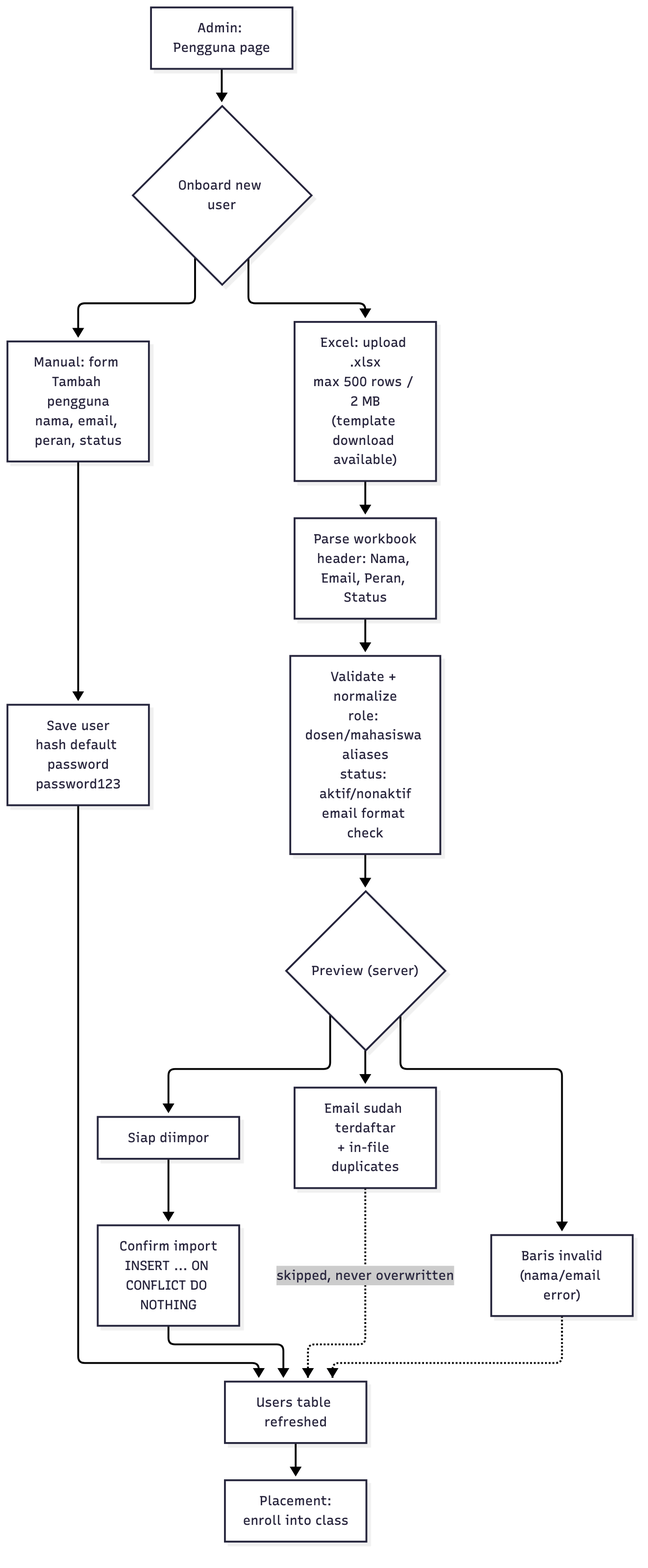
Before: docs/flows/05-user-onboarding.png, a diagram exported from Mermaid (hansputera/umbima-smt1-tugas-generativeai). Its source is kept beside it as docs/flows/05-user-onboarding.mmd. The source it was exported from:
```mermaid
flowchart TD
  S["Admin: Pengguna page"] --> CHOICE{"Onboard new user"}
  CHOICE --> MANUAL["Manual: form Tambah pengguna<br/>nama, email, peran, status"]
  CHOICE --> EXCEL["Excel: upload .xlsx<br/>max 500 rows / 2 MB<br/>(template download available)"]
  EXCEL --> PARSE["Parse workbook<br/>header: Nama, Email, Peran, Status"]
  PARSE --> VALID["Validate + normalize<br/>role: dosen/mahasiswa aliases<br/>status: aktif/nonaktif<br/>email format check"]
  VALID --> PREVIEW{"Preview (server)"}
  PREVIEW --> READY["Siap diimpor"]
  PREVIEW --> SKIP1["Email sudah terdaftar<br/>+ in-file duplicates"]
  PREVIEW --> SKIP2["Baris invalid<br/>(nama/email error)"]
  READY --> CONFIRM["Confirm import<br/>INSERT ... ON CONFLICT DO NOTHING"]
  MANUAL --> SAVE["Save user<br/>hash default password<br/>password123"]
  SKIP1 -.->|"skipped, never overwritten"| DONE
  SKIP2 -.-> DONE
  CONFIRM --> DONE["Users table refreshed"]
  SAVE --> DONE
  DONE --> PLACE["Placement:<br/>enroll into class"]
```
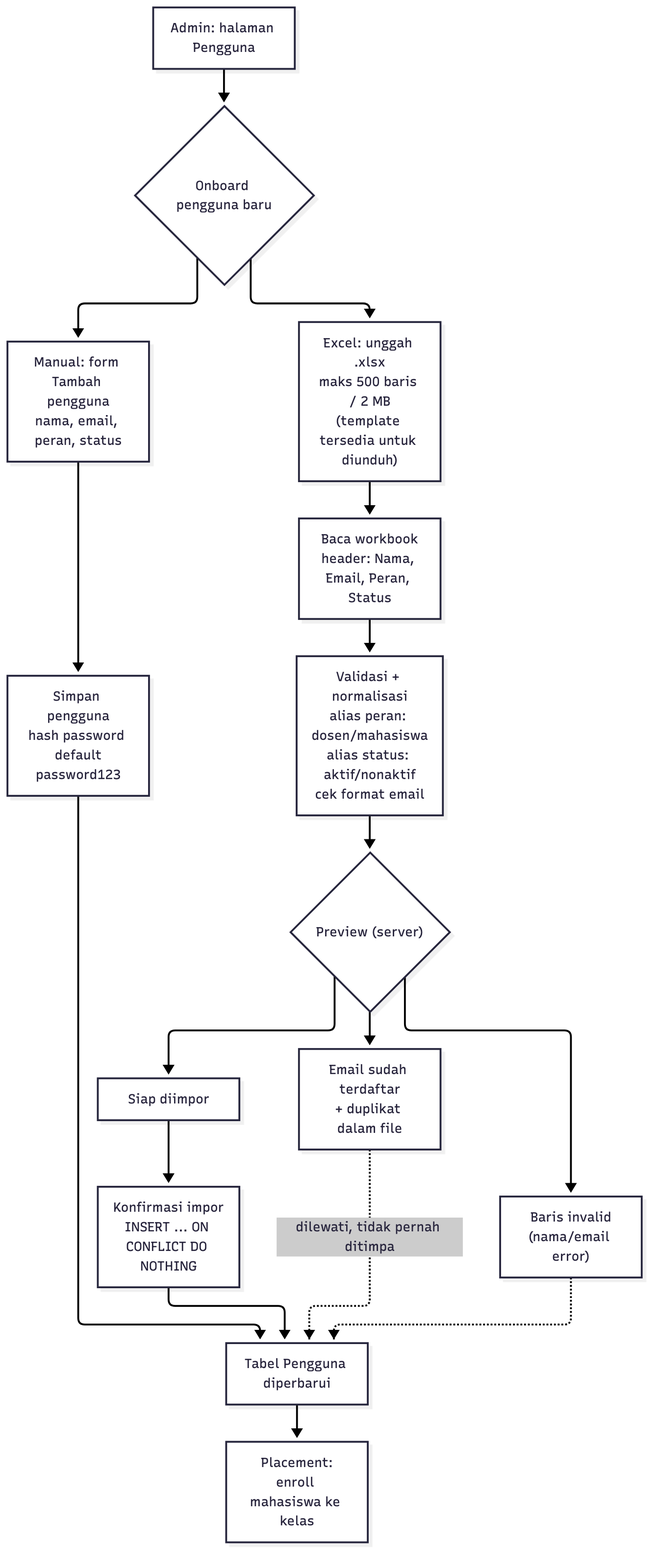
After the change.

Change to the diagram source:
```diff
@@ -1,17 +1,17 @@
 flowchart TD
-  S["Admin: Pengguna page"] --> CHOICE{"Onboard new user"}
+  S["Admin: halaman Pengguna"] --> CHOICE{"Onboard pengguna baru"}
   CHOICE --> MANUAL["Manual: form Tambah pengguna<br/>nama, email, peran, status"]
-  CHOICE --> EXCEL["Excel: upload .xlsx<br/>max 500 rows / 2 MB<br/>(template download available)"]
-  EXCEL --> PARSE["Parse workbook<br/>header: Nama, Email, Peran, Status"]
-  PARSE --> VALID["Validate + normalize<br/>role: dosen/mahasiswa aliases<br/>status: aktif/nonaktif<br/>email format check"]
+  CHOICE --> EXCEL["Excel: unggah .xlsx<br/>maks 500 baris / 2 MB<br/>(template tersedia untuk diunduh)"]
+  EXCEL --> PARSE["Baca workbook<br/>header: Nama, Email, Peran, Status"]
+  PARSE --> VALID["Validasi + normalisasi<br/>alias peran: dosen/mahasiswa<br/>alias status: aktif/nonaktif<br/>cek format email"]
   VALID --> PREVIEW{"Preview (server)"}
   PREVIEW --> READY["Siap diimpor"]
-  PREVIEW --> SKIP1["Email sudah terdaftar<br/>+ in-file duplicates"]
+  PREVIEW --> SKIP1["Email sudah terdaftar<br/>+ duplikat dalam file"]
   PREVIEW --> SKIP2["Baris invalid<br/>(nama/email error)"]
-  READY --> CONFIRM["Confirm import<br/>INSERT ... ON CONFLICT DO NOTHING"]
-  MANUAL --> SAVE["Save user<br/>hash default password<br/>password123"]
-  SKIP1 -.->|"skipped, never overwritten"| DONE
+  READY --> CONFIRM["Konfirmasi impor<br/>INSERT ... ON CONFLICT DO NOTHING"]
+  MANUAL --> SAVE["Simpan pengguna<br/>hash password default<br/>password123"]
+  SKIP1 -.->|"dilewati, tidak pernah ditimpa"| DONE
   SKIP2 -.-> DONE
-  CONFIRM --> DONE["Users table refreshed"]
+  CONFIRM --> DONE["Tabel Pengguna diperbarui"]
   SAVE --> DONE
-  DONE --> PLACE["Placement:<br/>enroll into class"]
+  DONE --> PLACE["Placement:<br/>enroll mahasiswa ke kelas"]
```
